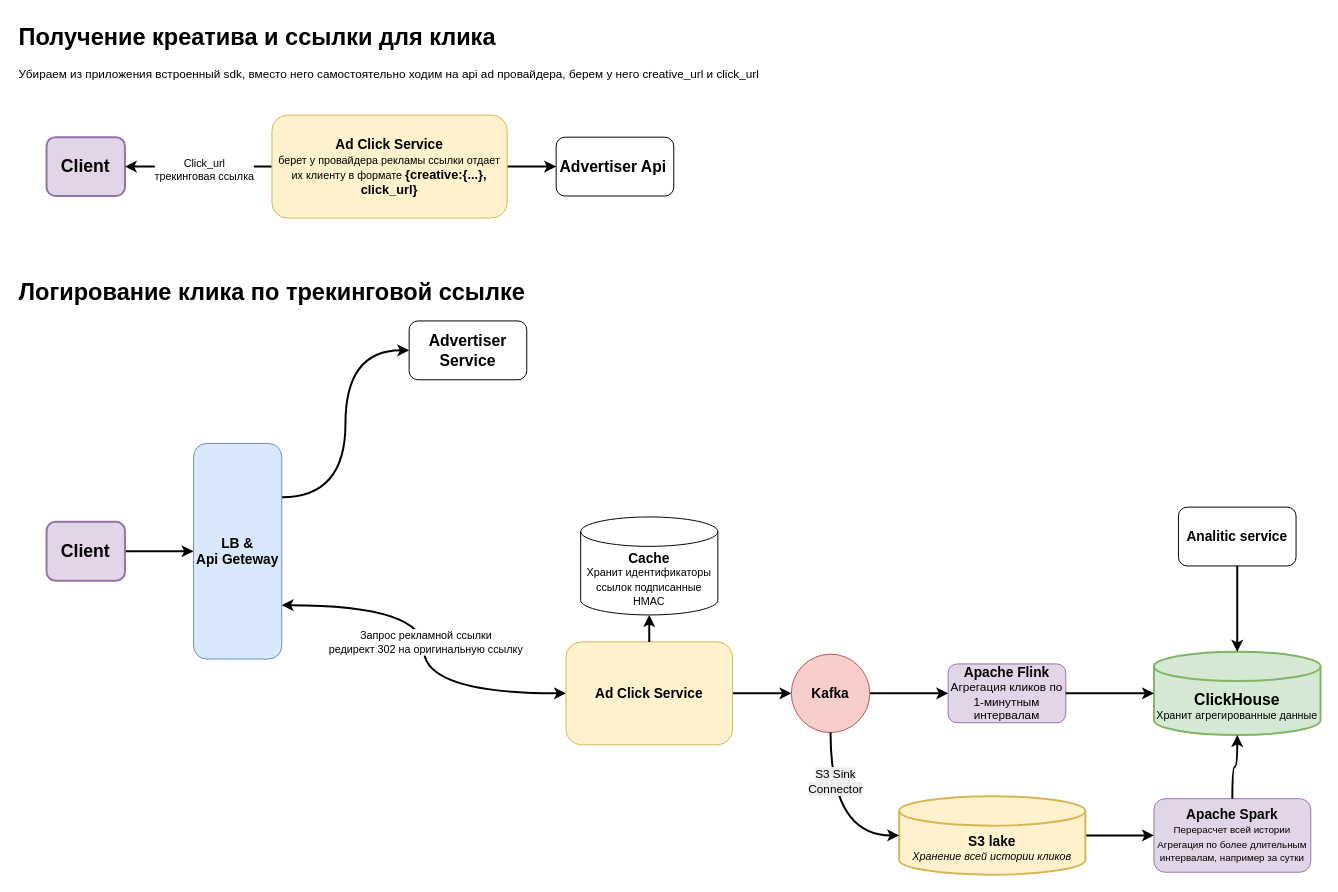
The draw.io diagram page "adClickAggregator" (6 of 6) of architecture.drawio in KmnPetr/SysDesign, before the edit. Source tidied: cells renumbered, new cells numbered last; positions are measured from the earlier drawing's top-left corner, leaving out a move shared by most shapes. Both pictures are drawn from the tidied source at 98%, with x=0, y=0 at pixel (17, 17).
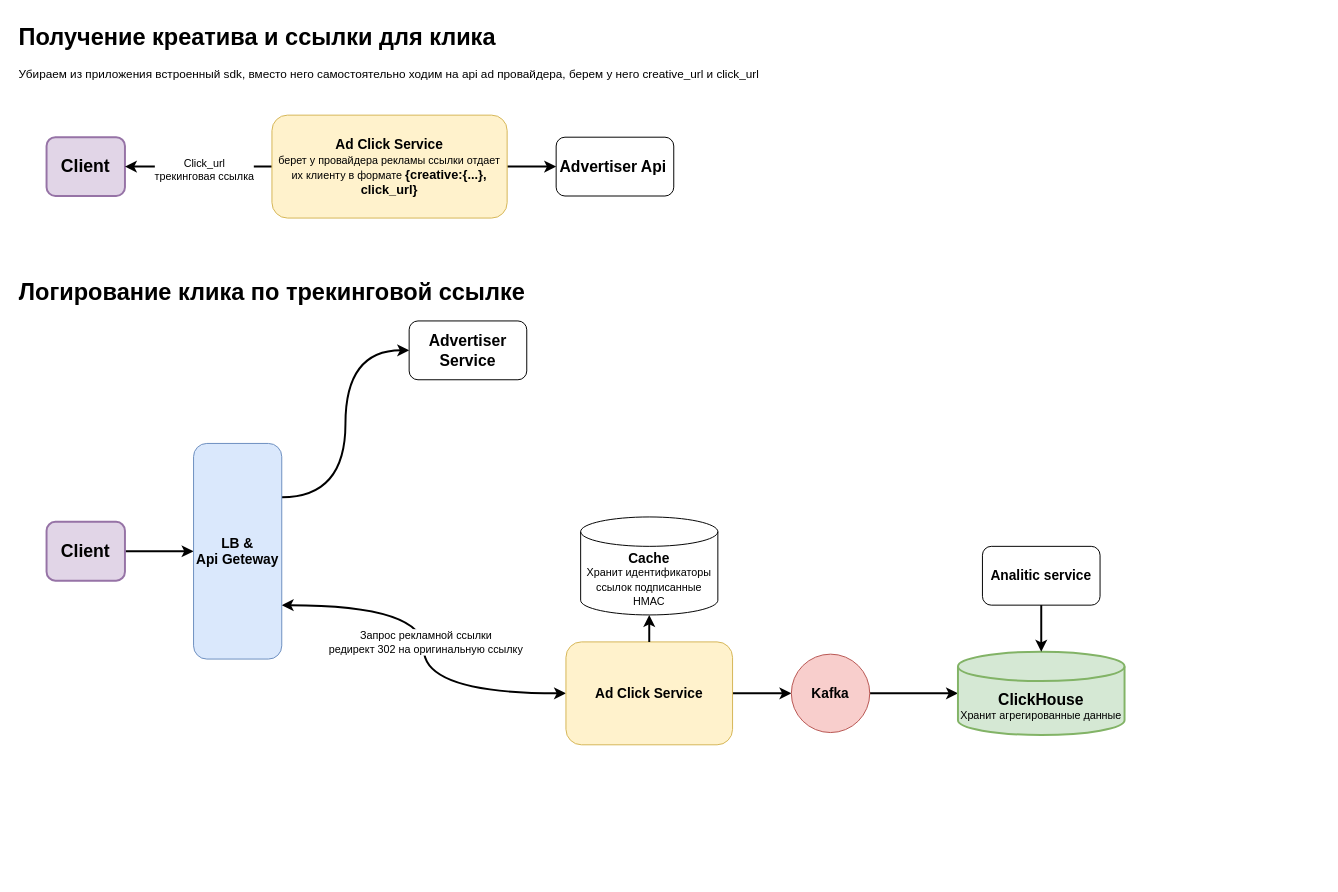
The same diagram, later.

The change refers to these unchanged cells:
```xml
<mxCell id="14" value="&lt;font style=&quot;font-size: 14px;&quot;&gt;&lt;b&gt;Kafka&lt;/b&gt;&lt;/font&gt;" style="ellipse;whiteSpace=wrap;html=1;fillColor=#f8cecc;strokeColor=#b85450;" parent="1" vertex="1">
  <mxGeometry x="790" y="650" width="80" height="80" as="geometry" />
</mxCell>
```

Change to the diagram source:
```diff
@@
-    <mxCell id="13" style="edgeStyle=orthogonalEdgeStyle;rounded=0;jettySize=auto;html=1;entryX=0;entryY=0.5;entryDx=0;entryDy=0;curved=1;strokeWidth=2;" parent="1" edge="1" source="14" target="15">
+    <mxCell id="13" style="edgeStyle=orthogonalEdgeStyle;rounded=0;jettySize=auto;html=1;entryX=0;entryY=0.5;entryDx=0;entryDy=0;curved=1;strokeWidth=2;entryPerimeter=0;" parent="1" edge="1" source="14" target="16">
       <mxGeometry relative="1" as="geometry" />
     </mxCell>
@@
-    <mxCell id="15" value="&lt;font style=&quot;font-size: 14px;&quot;&gt;&lt;b&gt;Apache Flink&lt;/b&gt;&lt;/font&gt;&lt;div&gt;&lt;font&gt;Агрегация кликов по 1-минутным интервалам&lt;/font&gt;&lt;/div&gt;" style="rounded=1;whiteSpace=wrap;html=1;fillColor=#e1d5e7;strokeColor=#9673a6;" parent="1" vertex="1">
-      <mxGeometry x="950" y="660" width="120" height="60" as="geometry" />
-    </mxCell>
     <mxCell id="16" value="&lt;font style=&quot;&quot;&gt;&lt;span style=&quot;font-weight: bold; font-size: 16px;&quot;&gt;ClickHouse&lt;/span&gt;&lt;br&gt;&lt;font style=&quot;font-size: 11px;&quot;&gt;Хранит агрегированные данные&lt;/font&gt;&lt;/font&gt;" style="shape=cylinder3;whiteSpace=wrap;html=1;boundedLbl=1;backgroundOutline=1;size=15;strokeWidth=2;fillColor=#d5e8d4;strokeColor=#82b366;" parent="1" vertex="1">
-      <mxGeometry x="1160" y="647.5" width="170" height="85" as="geometry" />
+      <mxGeometry x="960" y="647.5" width="170" height="85" as="geometry" />
     </mxCell>
-    <mxCell id="17" style="edgeStyle=orthogonalEdgeStyle;rounded=0;jettySize=auto;html=1;entryX=0;entryY=0.5;entryDx=0;entryDy=0;entryPerimeter=0;curved=1;strokeWidth=2;" parent="1" edge="1" source="15" target="16">
-      <mxGeometry relative="1" as="geometry" />
-    </mxCell>
     <mxCell id="18" value="&lt;font style=&quot;font-size: 14px;&quot;&gt;&lt;b style=&quot;&quot;&gt;Analitic service&lt;/b&gt;&lt;/font&gt;" style="rounded=1;whiteSpace=wrap;html=1;" parent="1" vertex="1">
-      <mxGeometry x="1185" y="500" width="120" height="60" as="geometry" />
+      <mxGeometry x="985" y="540" width="120" height="60" as="geometry" />
     </mxCell>
@@
-    <mxCell id="20" style="edgeStyle=orthogonalEdgeStyle;rounded=0;jettySize=auto;html=1;entryX=0;entryY=0.5;entryDx=0;entryDy=0;curved=1;strokeWidth=2;" parent="1" edge="1" source="21" target="24">
-      <mxGeometry relative="1" as="geometry" />
-    </mxCell>
-    <mxCell id="21" value="&lt;b&gt;&lt;font style=&quot;font-size: 14px;&quot;&gt;S3 lake&lt;/font&gt;&lt;/b&gt;&lt;div&gt;&lt;i style=&quot;background-color: transparent; color: light-dark(rgb(0, 0, 0), rgb(255, 255, 255));&quot;&gt;&lt;font style=&quot;font-size: 11px;&quot;&gt;Хранение всей истории кликов&lt;/font&gt;&lt;/i&gt;&lt;/div&gt;" style="shape=cylinder3;whiteSpace=wrap;html=1;boundedLbl=1;backgroundOutline=1;size=15;fillColor=#fff2cc;strokeColor=#d6b656;strokeWidth=2;" parent="1" vertex="1">
-      <mxGeometry x="900" y="795" width="190" height="80" as="geometry" />
-    </mxCell>
-    <mxCell id="22" style="edgeStyle=orthogonalEdgeStyle;rounded=0;jettySize=auto;html=1;entryX=0;entryY=0.5;entryDx=0;entryDy=0;entryPerimeter=0;curved=1;strokeWidth=2;exitX=0.5;exitY=1;exitDx=0;exitDy=0;" parent="1" edge="1" source="14" target="21">
-      <mxGeometry relative="1" as="geometry" />
-    </mxCell>
-    <mxCell id="23" value="&lt;span style=&quot;font-size: 12px; text-align: left; text-wrap-mode: wrap; background-color: rgb(236, 236, 236);&quot;&gt;S3 Sink Connector&lt;/span&gt;" style="edgeLabel;html=1;align=center;verticalAlign=middle;" parent="22" vertex="1">
-      <mxGeometry x="-0.44" y="4" relative="1" as="geometry" />
-    </mxCell>
-    <mxCell id="24" value="&lt;font style=&quot;font-size: 14px;&quot;&gt;&lt;b&gt;Apache Spark&lt;/b&gt;&lt;/font&gt;&lt;div&gt;&lt;font style=&quot;font-size: 10px;&quot;&gt;Перерасчет всей истории&lt;br&gt;Агрегация по более длительным интервалам, например за сутки&lt;/font&gt;&lt;/div&gt;" style="rounded=1;whiteSpace=wrap;html=1;fillColor=#e1d5e7;strokeColor=#9673a6;" parent="1" vertex="1">
-      <mxGeometry x="1160" y="797.5" width="160" height="75" as="geometry" />
-    </mxCell>
-    <mxCell id="25" style="edgeStyle=orthogonalEdgeStyle;rounded=0;jettySize=auto;html=1;entryX=0.5;entryY=1;entryDx=0;entryDy=0;entryPerimeter=0;curved=1;strokeWidth=2;" parent="1" edge="1" source="24" target="16">
-      <mxGeometry relative="1" as="geometry" />
-    </mxCell>
```
